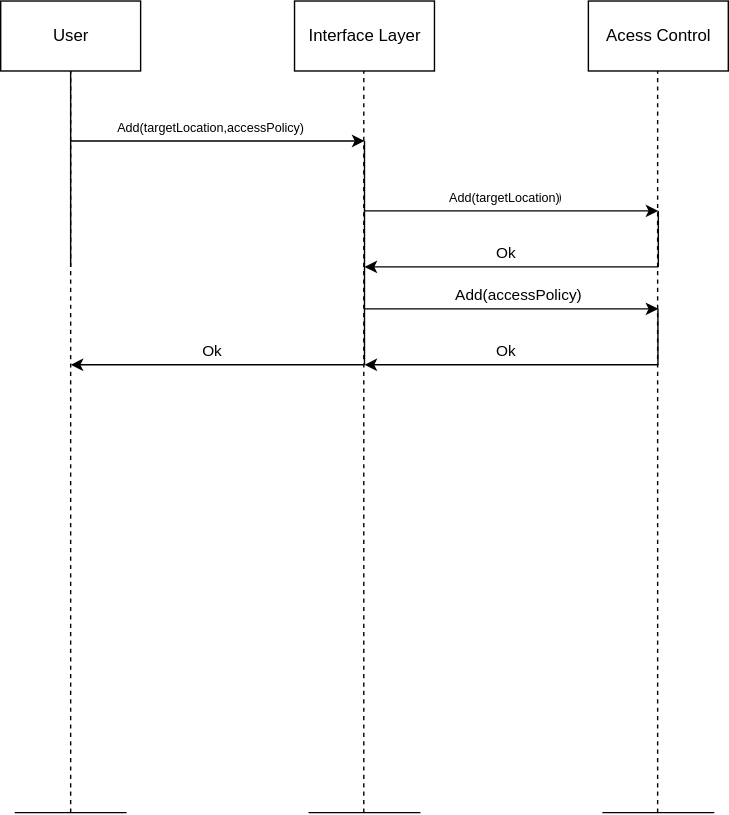
This is docs/design/system/create_file_flow.drawio.svg from ivajon/NGAC_ABE, a draw.io export, as it was before one commit. Source tidied: cells renumbered, new cells last; positions are measured from the earlier drawing's top-left corner, leaving out a move shared by most shapes.
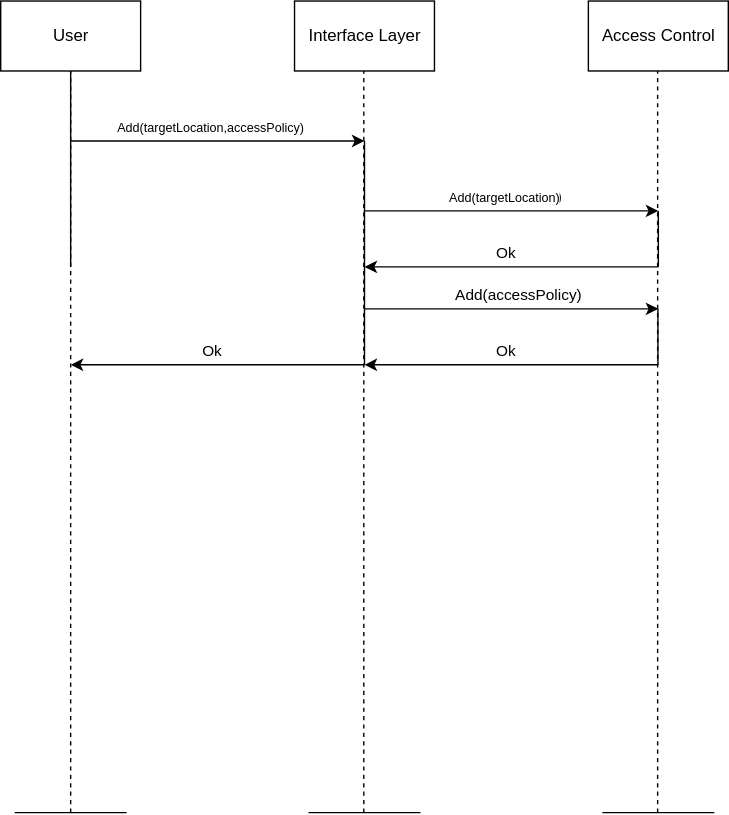
After the commit.

What changed in the source:
```diff
@@ -5,7 +5,7 @@
     <mxCell id="2" value="User" style="html=1;dashed=0;whitespace=wrap;" parent="1" vertex="1">
       <mxGeometry width="100" height="50" as="geometry" />
     </mxCell>
-    <mxCell id="3" value="Acess Control" style="html=1;dashed=0;whitespace=wrap;" parent="1" vertex="1">
+    <mxCell id="3" value="Access Control" style="html=1;dashed=0;whitespace=wrap;" parent="1" vertex="1">
       <mxGeometry x="420" width="100" height="50" as="geometry" />
     </mxCell>
     <mxCell id="4" value="Interface Layer" style="html=1;dashed=0;whitespace=wrap;" parent="1" vertex="1">
```
